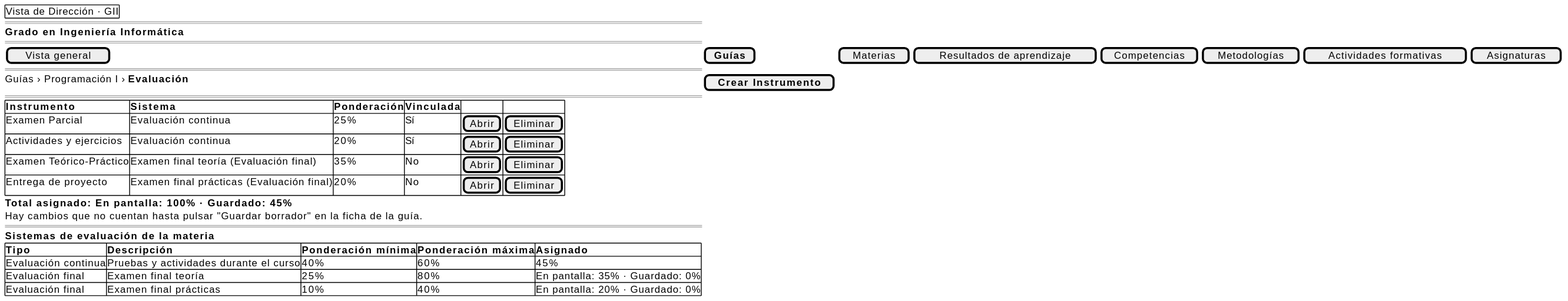
mmasias/pyCeldaPublico keeps this PlantUML diagram as images/RUP/01-requisitos/03-detalle-casos-uso/abrirPonderacionesEvaluacion/wireframe-director.svg. Above is the earlier version.
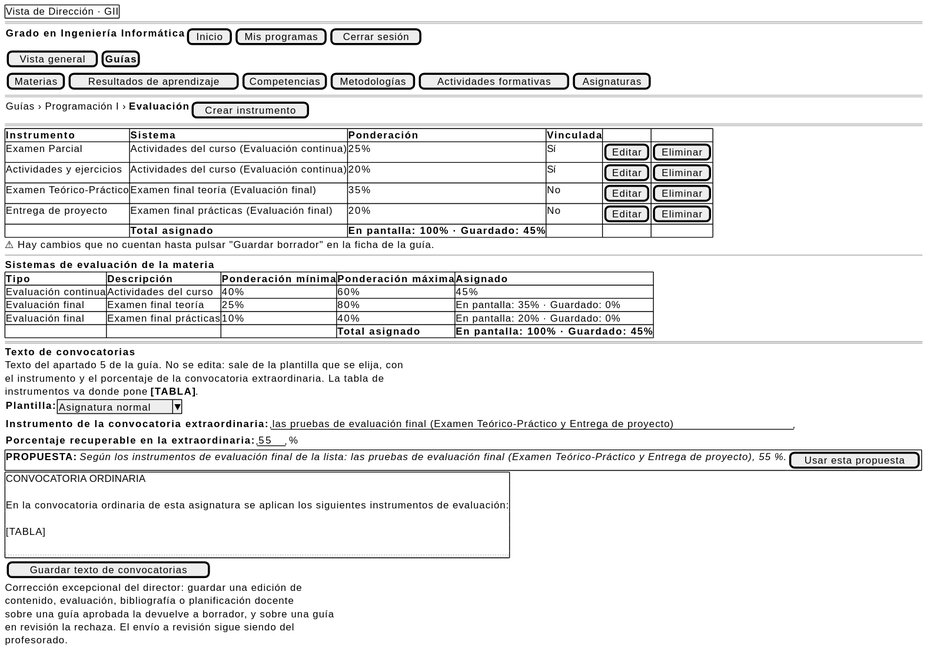
After the commit.

What changed in the source:
```diff
@@ -2,28 +2,55 @@
 {
     {+ Vista de Dirección · GII }
     ====
-    <b>Grado en Ingeniería Informática</b>
+    {<b>Grado en Ingeniería Informática</b> | [Inicio] | [Mis programas] | [Cerrar sesión]}
+    {[Vista general] | [<b>Guías</b>]}
+    {[Materias] | [Resultados de aprendizaje] | [Competencias] | [Metodologías] | [Actividades formativas] | [Asignaturas]}
     ====
-    [ Vista general ] | [ <b>Guías</b> ] | [ Materias ] | [ Resultados de aprendizaje ] | [ Competencias ] | [ Metodologías ] | [ Actividades formativas ] | [ Asignaturas ]
-    ====
-    Guías › Programación I › <b>Evaluación</b> | [ <b>Crear Instrumento</b> ]
+    {Guías › Programación I › <b>Evaluación</b> | [Crear instrumento]}
     ====
     {#
         <b>Instrumento | <b>Sistema | <b>Ponderación | <b>Vinculada | . | .
-        Examen Parcial | Evaluación continua | 25% | Sí | [Abrir] | [Eliminar]
-        Actividades y ejercicios | Evaluación continua | 20% | Sí | [Abrir] | [Eliminar]
-        Examen Teórico-Práctico | Examen final teoría (Evaluación final) | 35% | No | [Abrir] | [Eliminar]
-        Entrega de proyecto | Examen final prácticas (Evaluación final) | 20% | No | [Abrir] | [Eliminar]
+        Examen Parcial | Actividades del curso (Evaluación continua) | 25% | Sí | [Editar] | [Eliminar]
+        Actividades y ejercicios | Actividades del curso (Evaluación continua) | 20% | Sí | [Editar] | [Eliminar]
+        Examen Teórico-Práctico | Examen final teoría (Evaluación final) | 35% | No | [Editar] | [Eliminar]
+        Entrega de proyecto | Examen final prácticas (Evaluación final) | 20% | No | [Editar] | [Eliminar]
+        . | <b>Total asignado</b> | <b>En pantalla: 100% · Guardado: 45%</b> | . | . | .
     }
-    <b>Total asignado: En pantalla: 100% · Guardado: 45%</b>
-    Hay cambios que no cuentan hasta pulsar "Guardar borrador" en la ficha de la guía.
-    ====
+    ⚠ Hay cambios que no cuentan hasta pulsar "Guardar borrador" en la ficha de la guía.
+    --
     <b>Sistemas de evaluación de la materia</b>
     {#
         <b>Tipo | <b>Descripción | <b>Ponderación mínima | <b>Ponderación máxima | <b>Asignado
-        Evaluación continua | Pruebas y actividades durante el curso | 40% | 60% | 45%
+        Evaluación continua | Actividades del curso | 40% | 60% | 45%
         Evaluación final | Examen final teoría | 25% | 80% | En pantalla: 35% · Guardado: 0%
         Evaluación final | Examen final prácticas | 10% | 40% | En pantalla: 20% · Guardado: 0%
+        . | . | . | <b>Total asignado</b> | <b>En pantalla: 100% · Guardado: 45%</b>
     }
+    ====
+    <b>Texto de convocatorias</b>
+    Texto del apartado 5 de la guía. No se edita: sale de la plantilla que se elija, con
+    el instrumento y el porcentaje de la convocatoria extraordinaria. La tabla de
+    instrumentos va donde pone <b>&#91;TABLA]</b>.
+    {<b>Plantilla:</b> | ^Asignatura normal^}
+    {<b>Instrumento de la convocatoria extraordinaria:</b> | "las pruebas de evaluación final (Examen Teórico-Práctico y Entrega de proyecto)"}
+    {<b>Porcentaje recuperable en la extraordinaria:</b> | "55  " | %}
+    {+
+        <b>PROPUESTA:</b> <i>Según los instrumentos de evaluación final de la lista: las pruebas de evaluación final (Examen Teórico-Práctico y Entrega de proyecto), 55 %.</i> | [Usar esta propuesta]
+    }
+    {+
+        CONVOCATORIA ORDINARIA
+        .
+        En la convocatoria ordinaria de esta asignatura se aplican los siguientes instrumentos de evaluación:
+        .
+        &#91;TABLA]
+        .
+        ...
+    }
+    {[Guardar texto de convocatorias]}
+    Corrección excepcional del director: guardar una edición de
+    contenido, evaluación, bibliografía o planificación docente
+    sobre una guía aprobada la devuelve a borrador, y sobre una guía
+    en revisión la rechaza. El envío a revisión sigue siendo del
+    profesorado.
 }
 @endsalt
```
